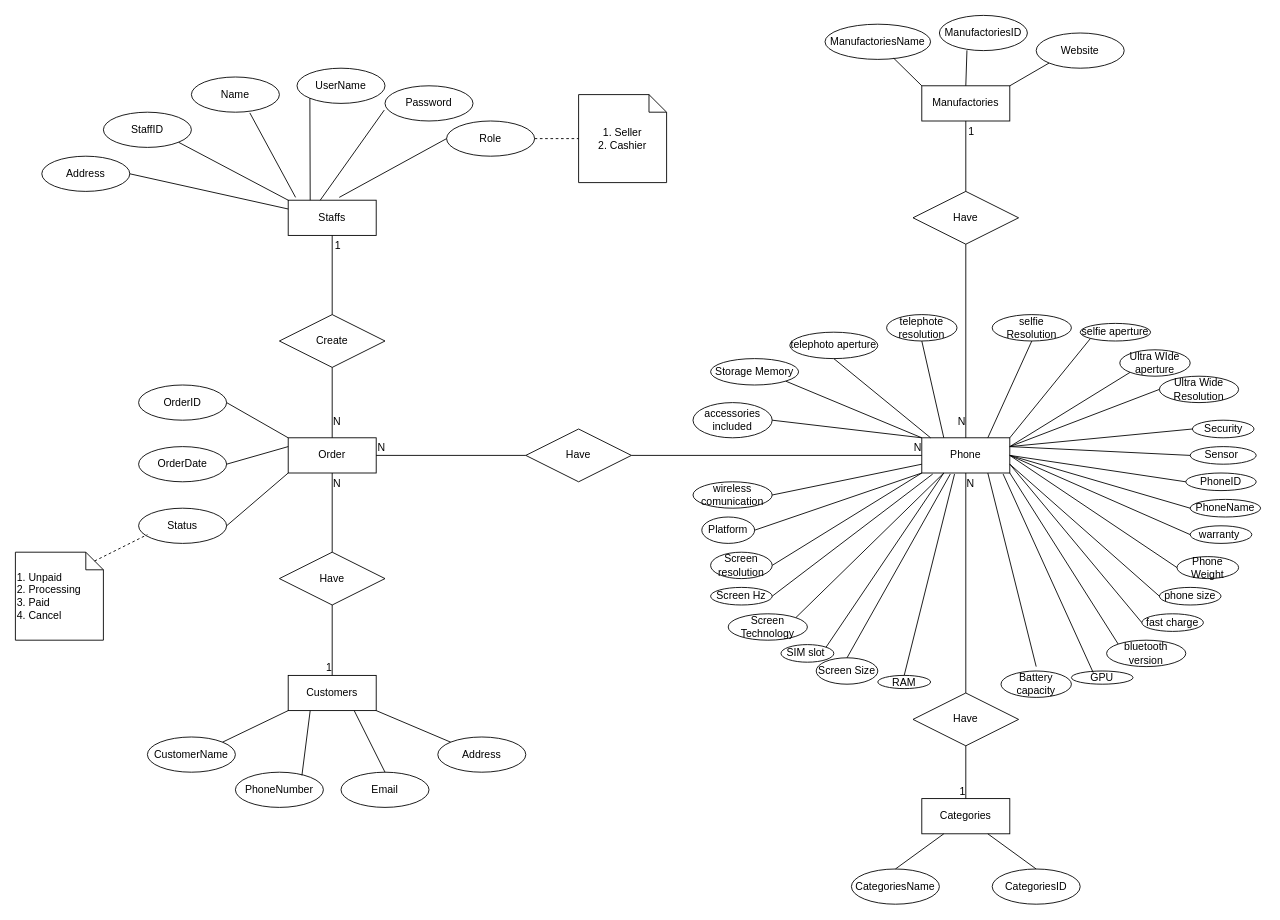
This is page "ERD Concept" (4 of 5) of Phonestore.drawio from anhdat2001d/Project-1, a draw.io file, before an edit. Source tidied: cells renumbered, new cells numbered last; positions are measured from the earlier drawing's top-left corner, leaving out a move shared by most shapes. Both pictures are drawn from the tidied source at 88%, with x=0, y=0 at pixel (15, 15).
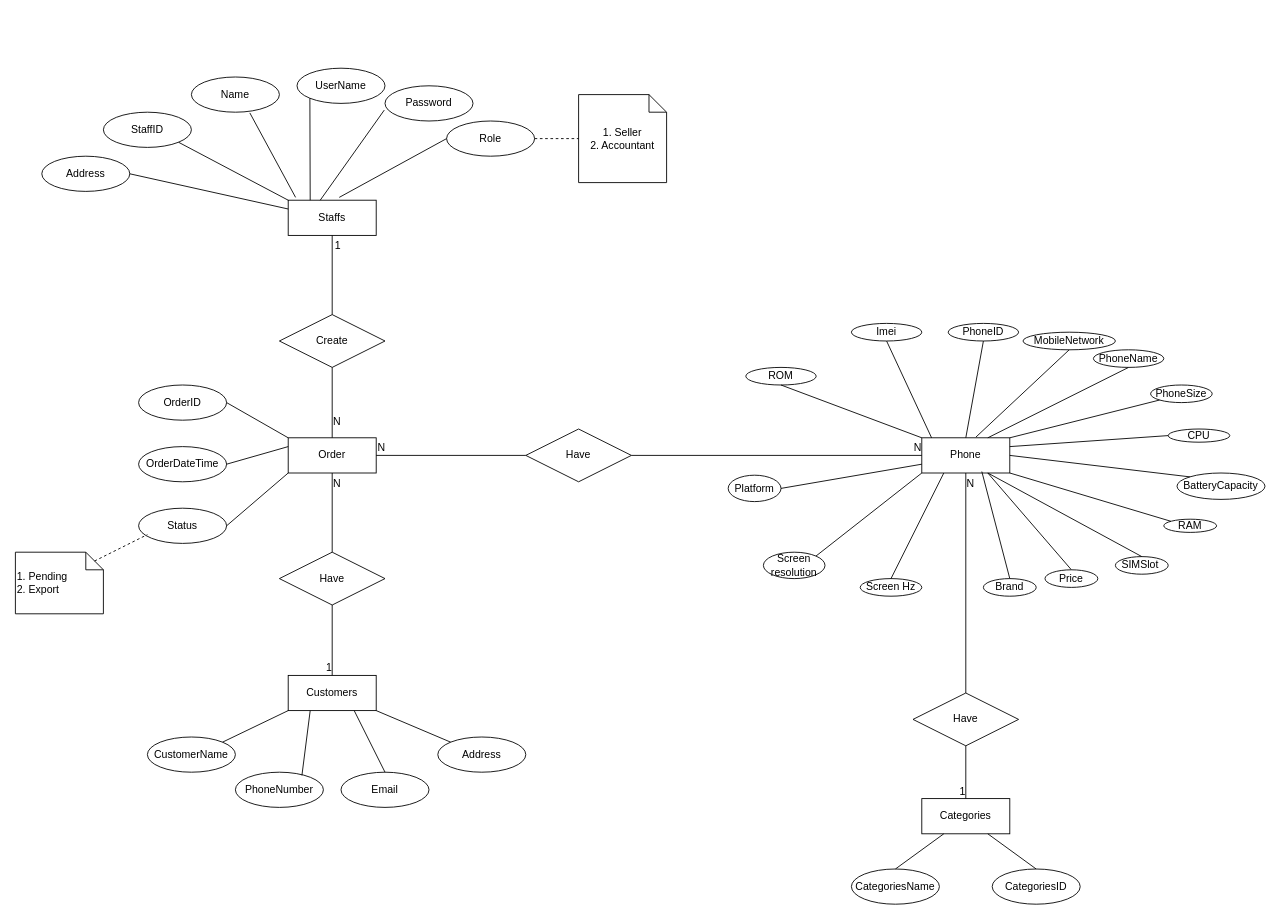
Above is the later version.

The change refers to these unchanged cells:
```xml
<mxCell id="4" value="Phone" style="whiteSpace=wrap;html=1;align=center;" parent="1" vertex="1">
  <mxGeometry x="1030" y="480" width="100" height="40" as="geometry" />
</mxCell>
```

Change to the diagram source:
```diff
@@
+    <mxCell id="128" style="edgeStyle=none;html=1;exitX=0.126;exitY=0.079;exitDx=0;exitDy=0;entryX=0.5;entryY=1;entryDx=0;entryDy=0;endArrow=none;endFill=0;exitPerimeter=0;" parent="1" edge="1" source="4" target="129">
+      <mxGeometry relative="1" as="geometry" />
+    </mxCell>
@@
-    <mxCell id="5" value="Manufactories" style="whiteSpace=wrap;html=1;align=center;" parent="1" vertex="1">
-      <mxGeometry x="1030" y="80" width="100" height="40" as="geometry" />
-    </mxCell>
@@
-    <mxCell id="18" value="1. Seller&lt;br&gt;2. Cashier" style="shape=note;size=20;whiteSpace=wrap;html=1;" parent="1" vertex="1">
+    <mxCell id="18" value="1. Seller&lt;br&gt;2. Accountant" style="shape=note;size=20;whiteSpace=wrap;html=1;" parent="1" vertex="1">
       <mxGeometry x="640" y="90" width="100" height="100" as="geometry" />
     </mxCell>
@@
-    <mxCell id="21" value="ManufactoriesName" style="ellipse;whiteSpace=wrap;html=1;align=center;" parent="1" vertex="1">
-      <mxGeometry x="920" y="10" width="120" height="40" as="geometry" />
-    </mxCell>
-    <mxCell id="22" value="ManufactoriesID" style="ellipse;whiteSpace=wrap;html=1;align=center;" parent="1" vertex="1">
-      <mxGeometry x="1050" width="100" height="40" as="geometry" />
-    </mxCell>
-    <mxCell id="23" value="Website" style="ellipse;whiteSpace=wrap;html=1;align=center;" parent="1" vertex="1">
-      <mxGeometry x="1160" y="20" width="100" height="40" as="geometry" />
-    </mxCell>
     <mxCell id="24" value="PhoneID" style="ellipse;whiteSpace=wrap;html=1;align=center;" parent="1" vertex="1">
-      <mxGeometry x="1330" y="520" width="80" height="20" as="geometry" />
+      <mxGeometry x="1060" y="350" width="80" height="20" as="geometry" />
     </mxCell>
     <mxCell id="25" value="PhoneName" style="ellipse;whiteSpace=wrap;html=1;align=center;" parent="1" vertex="1">
-      <mxGeometry x="1335" y="550" width="80" height="20" as="geometry" />
+      <mxGeometry x="1225" y="380" width="80" height="20" as="geometry" />
     </mxCell>
-    <mxCell id="26" value="warranty&amp;nbsp;" style="ellipse;whiteSpace=wrap;html=1;align=center;" parent="1" vertex="1">
-      <mxGeometry x="1335" y="580" width="70" height="20" as="geometry" />
-    </mxCell>
-    <mxCell id="27" value="phone size" style="ellipse;whiteSpace=wrap;html=1;align=center;" parent="1" vertex="1">
-      <mxGeometry x="1300" y="650" width="70" height="20" as="geometry" />
+    <mxCell id="27" value="PhoneSize" style="ellipse;whiteSpace=wrap;html=1;align=center;" parent="1" vertex="1">
+      <mxGeometry x="1290" y="420" width="70" height="20" as="geometry" />
     </mxCell>
-    <mxCell id="28" value="Phone Weight" style="ellipse;whiteSpace=wrap;html=1;align=center;" parent="1" vertex="1">
-      <mxGeometry x="1320" y="615" width="70" height="25" as="geometry" />
-    </mxCell>
     <mxCell id="29" value="RAM" style="ellipse;whiteSpace=wrap;html=1;align=center;" parent="1" vertex="1">
-      <mxGeometry x="980" y="750" width="60" height="15" as="geometry" />
+      <mxGeometry x="1305" y="572.5" width="60" height="15" as="geometry" />
     </mxCell>
-    <mxCell id="30" value="Screen Size" style="ellipse;whiteSpace=wrap;html=1;align=center;" parent="1" vertex="1">
-      <mxGeometry x="910" y="730" width="70" height="30" as="geometry" />
-    </mxCell>
-    <mxCell id="31" value="Screen Technology" style="ellipse;whiteSpace=wrap;html=1;align=center;" parent="1" vertex="1">
-      <mxGeometry x="810" y="680" width="90" height="30" as="geometry" />
-    </mxCell>
     <mxCell id="32" value="Screen Hz" style="ellipse;whiteSpace=wrap;html=1;align=center;" parent="1" vertex="1">
-      <mxGeometry x="790" y="650" width="70" height="20" as="geometry" />
+      <mxGeometry x="960" y="640" width="70" height="20" as="geometry" />
     </mxCell>
     <mxCell id="33" value="Screen resolution" style="ellipse;whiteSpace=wrap;html=1;align=center;" parent="1" vertex="1">
-      <mxGeometry x="790" y="610" width="70" height="30" as="geometry" />
+      <mxGeometry x="850" y="610" width="70" height="30" as="geometry" />
     </mxCell>
-    <mxCell id="34" value="Storage Memory" style="ellipse;whiteSpace=wrap;html=1;align=center;" parent="1" vertex="1">
-      <mxGeometry x="790" y="390" width="100" height="30" as="geometry" />
-    </mxCell>
-    <mxCell id="35" value="GPU" style="ellipse;whiteSpace=wrap;html=1;align=center;" parent="1" vertex="1">
-      <mxGeometry x="1200" y="745" width="70" height="15" as="geometry" />
+    <mxCell id="35" value="CPU" style="ellipse;whiteSpace=wrap;html=1;align=center;" parent="1" vertex="1">
+      <mxGeometry x="1310" y="470" width="70" height="15" as="geometry" />
     </mxCell>
-    <mxCell id="36" value="selfie Resolution" style="ellipse;whiteSpace=wrap;html=1;align=center;" parent="1" vertex="1">
-      <mxGeometry x="1110" y="340" width="90" height="30" as="geometry" />
-    </mxCell>
-    <mxCell id="37" value="selfie aperture" style="ellipse;whiteSpace=wrap;html=1;align=center;" parent="1" vertex="1">
-      <mxGeometry x="1210" y="350" width="80" height="20" as="geometry" />
-    </mxCell>
-    <mxCell id="38" value="telephote resolution" style="ellipse;whiteSpace=wrap;html=1;align=center;" parent="1" vertex="1">
-      <mxGeometry x="990" y="340" width="80" height="30" as="geometry" />
-    </mxCell>
-    <mxCell id="39" value="telephoto aperture" style="ellipse;whiteSpace=wrap;html=1;align=center;" parent="1" vertex="1">
-      <mxGeometry x="880" y="360" width="100" height="30" as="geometry" />
-    </mxCell>
-    <mxCell id="40" value="Ultra Wide Resolution" style="ellipse;whiteSpace=wrap;html=1;align=center;" parent="1" vertex="1">
-      <mxGeometry x="1300" y="410" width="90" height="30" as="geometry" />
-    </mxCell>
-    <mxCell id="41" value="Ultra WIde aperture" style="ellipse;whiteSpace=wrap;html=1;align=center;" parent="1" vertex="1">
-      <mxGeometry x="1255" y="380" width="80" height="30" as="geometry" />
-    </mxCell>
-    <mxCell id="42" value="Sensor&amp;nbsp;" style="ellipse;whiteSpace=wrap;html=1;align=center;" parent="1" vertex="1">
-      <mxGeometry x="1335" y="490" width="75" height="20" as="geometry" />
-    </mxCell>
-    <mxCell id="43" value="Security" style="ellipse;whiteSpace=wrap;html=1;align=center;" parent="1" vertex="1">
-      <mxGeometry x="1337.5" y="460" width="70" height="20" as="geometry" />
-    </mxCell>
-    <mxCell id="44" value="SIM slot&amp;nbsp;" style="ellipse;whiteSpace=wrap;html=1;align=center;" parent="1" vertex="1">
-      <mxGeometry x="870" y="715" width="60" height="20" as="geometry" />
+    <mxCell id="44" value="SIMSlot&amp;nbsp;" style="ellipse;whiteSpace=wrap;html=1;align=center;" parent="1" vertex="1">
+      <mxGeometry x="1250" y="615" width="60" height="20" as="geometry" />
     </mxCell>
-    <mxCell id="45" value="bluetooth version" style="ellipse;whiteSpace=wrap;html=1;align=center;" parent="1" vertex="1">
-      <mxGeometry x="1240" y="710" width="90" height="30" as="geometry" />
-    </mxCell>
-    <mxCell id="46" value="wireless comunication" style="ellipse;whiteSpace=wrap;html=1;align=center;" parent="1" vertex="1">
-      <mxGeometry x="770" y="530" width="90" height="30" as="geometry" />
-    </mxCell>
-    <mxCell id="47" value="Battery capacity" style="ellipse;whiteSpace=wrap;html=1;align=center;" parent="1" vertex="1">
-      <mxGeometry x="1120" y="745" width="80" height="30" as="geometry" />
+    <mxCell id="47" value="BatteryCapacity" style="ellipse;whiteSpace=wrap;html=1;align=center;" parent="1" vertex="1">
+      <mxGeometry x="1320" y="520" width="100" height="30" as="geometry" />
     </mxCell>
-    <mxCell id="48" value="fast charge" style="ellipse;whiteSpace=wrap;html=1;align=center;" parent="1" vertex="1">
-      <mxGeometry x="1280" y="680" width="70" height="20" as="geometry" />
-    </mxCell>
     <mxCell id="49" value="Platform" style="ellipse;whiteSpace=wrap;html=1;align=center;" parent="1" vertex="1">
-      <mxGeometry x="780" y="570" width="60" height="30" as="geometry" />
+      <mxGeometry x="810" y="522.5" width="60" height="30" as="geometry" />
     </mxCell>
-    <mxCell id="50" value="accessories included" style="ellipse;whiteSpace=wrap;html=1;align=center;" parent="1" vertex="1">
-      <mxGeometry x="770" y="440" width="90" height="40" as="geometry" />
-    </mxCell>
@@
-    <mxCell id="52" value="OrderDate" style="ellipse;whiteSpace=wrap;html=1;align=center;" parent="1" vertex="1">
+    <mxCell id="52" value="OrderDateTime" style="ellipse;whiteSpace=wrap;html=1;align=center;" parent="1" vertex="1">
       <mxGeometry x="140" y="490" width="100" height="40" as="geometry" />
     </mxCell>
@@
-    <mxCell id="54" value="1. Unpaid&lt;br&gt;2. Processing&lt;br&gt;3. Paid&lt;br&gt;4. Cancel" style="shape=note;size=20;whiteSpace=wrap;html=1;align=left;" parent="1" vertex="1">
-      <mxGeometry y="610" width="100" height="100" as="geometry" />
+    <mxCell id="54" value="1. Pending&lt;br&gt;2. Export" style="shape=note;size=20;whiteSpace=wrap;html=1;align=left;" parent="1" vertex="1">
+      <mxGeometry y="610" width="100" height="70" as="geometry" />
     </mxCell>
@@
-    <mxCell id="58" value="Have" style="shape=rhombus;perimeter=rhombusPerimeter;whiteSpace=wrap;html=1;align=center;" parent="1" vertex="1">
-      <mxGeometry x="1020" y="200" width="120" height="60" as="geometry" />
-    </mxCell>
@@
-    <mxCell id="77" style="endArrow=none;html=1;rounded=0;entryX=0.5;entryY=1;entryDx=0;entryDy=0;exitX=0.5;exitY=0;exitDx=0;exitDy=0;" parent="1" edge="1" source="58" target="5">
-      <mxGeometry relative="1" as="geometry" />
-    </mxCell>
-    <mxCell id="78" value="1" style="html=1;align=right;verticalAlign=bottom;" parent="77" vertex="1">
-      <mxGeometry x="1" relative="1" as="geometry">
-        <mxPoint x="10" y="20" as="offset" />
-      </mxGeometry>
-    </mxCell>
-    <mxCell id="79" style="endArrow=none;html=1;rounded=0;entryX=0.5;entryY=0;entryDx=0;entryDy=0;exitX=0.5;exitY=1;exitDx=0;exitDy=0;" parent="1" edge="1" source="58" target="4">
-      <mxGeometry relative="1" as="geometry" />
-    </mxCell>
-    <mxCell id="80" value="N" style="html=1;align=right;verticalAlign=bottom;" parent="79" vertex="1">
-      <mxGeometry x="1" relative="1" as="geometry">
-        <mxPoint y="-10" as="offset" />
-      </mxGeometry>
-    </mxCell>
@@
-    <mxCell id="98" style="endArrow=none;html=1;rounded=0;entryX=1;entryY=1;entryDx=0;entryDy=0;exitX=0;exitY=0;exitDx=0;exitDy=0;" parent="1" edge="1" source="4" target="34">
-      <mxGeometry relative="1" as="geometry" />
-    </mxCell>
-    <mxCell id="99" style="endArrow=none;html=1;rounded=0;entryX=0.5;entryY=1;entryDx=0;entryDy=0;" parent="1" edge="1" target="39">
-      <mxGeometry relative="1" as="geometry">
-        <mxPoint x="1040" y="480" as="sourcePoint" />
-      </mxGeometry>
-    </mxCell>
-    <mxCell id="100" style="endArrow=none;html=1;rounded=0;entryX=1;entryY=0.5;entryDx=0;entryDy=0;" parent="1" edge="1" target="50">
-      <mxGeometry relative="1" as="geometry">
-        <mxPoint x="1030" y="480" as="sourcePoint" />
-      </mxGeometry>
-    </mxCell>
-    <mxCell id="101" style="endArrow=none;html=1;rounded=0;exitX=1;exitY=0.5;exitDx=0;exitDy=0;entryX=0;entryY=0.75;entryDx=0;entryDy=0;" parent="1" edge="1" source="46" target="4">
-      <mxGeometry relative="1" as="geometry" />
-    </mxCell>
-    <mxCell id="102" style="endArrow=none;html=1;rounded=0;exitX=1;exitY=0.5;exitDx=0;exitDy=0;" parent="1" edge="1" source="49">
-      <mxGeometry relative="1" as="geometry">
-        <mxPoint x="1030" y="520" as="targetPoint" />
-      </mxGeometry>
+    <mxCell id="102" style="endArrow=none;html=1;rounded=0;exitX=1;exitY=0.5;exitDx=0;exitDy=0;entryX=0;entryY=0.75;entryDx=0;entryDy=0;" parent="1" edge="1" source="49" target="4">
+      <mxGeometry relative="1" as="geometry" />
     </mxCell>
-    <mxCell id="103" style="endArrow=none;html=1;rounded=0;exitX=1;exitY=0.5;exitDx=0;exitDy=0;entryX=0;entryY=1;entryDx=0;entryDy=0;" parent="1" edge="1" source="33" target="4">
+    <mxCell id="103" style="endArrow=none;html=1;rounded=0;exitX=1;exitY=0;exitDx=0;exitDy=0;entryX=0;entryY=1;entryDx=0;entryDy=0;" parent="1" edge="1" source="33" target="4">
       <mxGeometry relative="1" as="geometry" />
     </mxCell>
-    <mxCell id="104" style="endArrow=none;html=1;rounded=0;exitX=1;exitY=0.5;exitDx=0;exitDy=0;entryX=0.124;entryY=1.03;entryDx=0;entryDy=0;entryPerimeter=0;" parent="1" edge="1" source="32" target="4">
+    <mxCell id="104" style="endArrow=none;html=1;rounded=0;exitX=0.5;exitY=0;exitDx=0;exitDy=0;entryX=0.25;entryY=1;entryDx=0;entryDy=0;" parent="1" edge="1" source="32" target="4">
       <mxGeometry relative="1" as="geometry" />
     </mxCell>
-    <mxCell id="105" style="endArrow=none;html=1;rounded=0;exitX=1;exitY=0;exitDx=0;exitDy=0;entryX=0.25;entryY=1;entryDx=0;entryDy=0;" parent="1" edge="1" source="31" target="4">
-      <mxGeometry relative="1" as="geometry" />
-    </mxCell>
-    <mxCell id="106" style="endArrow=none;html=1;rounded=0;exitX=1;exitY=0;exitDx=0;exitDy=0;entryX=0.25;entryY=1;entryDx=0;entryDy=0;" parent="1" edge="1" source="44" target="4">
+    <mxCell id="106" style="endArrow=none;html=1;rounded=0;entryX=0.75;entryY=1;entryDx=0;entryDy=0;exitX=0.5;exitY=0;exitDx=0;exitDy=0;" parent="1" edge="1" source="44" target="4">
       <mxGeometry relative="1" as="geometry" />
     </mxCell>
-    <mxCell id="107" style="endArrow=none;html=1;rounded=0;exitX=0.5;exitY=0;exitDx=0;exitDy=0;entryX=0.324;entryY=1.03;entryDx=0;entryDy=0;entryPerimeter=0;" parent="1" edge="1" source="30" target="4">
-      <mxGeometry relative="1" as="geometry" />
-    </mxCell>
-    <mxCell id="108" style="endArrow=none;html=1;rounded=0;exitX=0.5;exitY=0;exitDx=0;exitDy=0;entryX=0.372;entryY=1.03;entryDx=0;entryDy=0;entryPerimeter=0;" parent="1" edge="1" source="29" target="4">
+    <mxCell id="108" style="endArrow=none;html=1;rounded=0;exitX=0;exitY=0;exitDx=0;exitDy=0;entryX=1;entryY=1;entryDx=0;entryDy=0;" parent="1" edge="1" source="29" target="4">
       <mxGeometry relative="1" as="geometry" />
     </mxCell>
-    <mxCell id="109" style="endArrow=none;html=1;rounded=0;entryX=0.75;entryY=1;entryDx=0;entryDy=0;" parent="1" edge="1" target="4">
-      <mxGeometry relative="1" as="geometry">
-        <mxPoint x="1160" y="740" as="sourcePoint" />
-      </mxGeometry>
+    <mxCell id="109" style="endArrow=none;html=1;rounded=0;entryX=1;entryY=0.5;entryDx=0;entryDy=0;exitX=0;exitY=0;exitDx=0;exitDy=0;" parent="1" edge="1" source="47" target="4">
+      <mxGeometry relative="1" as="geometry" />
     </mxCell>
-    <mxCell id="110" style="endArrow=none;html=1;rounded=0;exitX=0.354;exitY=0.12;exitDx=0;exitDy=0;exitPerimeter=0;entryX=0.924;entryY=1.03;entryDx=0;entryDy=0;entryPerimeter=0;" parent="1" edge="1" source="35" target="4">
+    <mxCell id="110" style="endArrow=none;html=1;rounded=0;exitX=0;exitY=0.5;exitDx=0;exitDy=0;entryX=1;entryY=0.25;entryDx=0;entryDy=0;" parent="1" edge="1" source="35" target="4">
       <mxGeometry relative="1" as="geometry" />
     </mxCell>
-    <mxCell id="111" style="endArrow=none;html=1;rounded=0;exitX=0;exitY=0;exitDx=0;exitDy=0;entryX=1;entryY=1;entryDx=0;entryDy=0;" parent="1" edge="1" source="45" target="4">
-      <mxGeometry relative="1" as="geometry" />
-    </mxCell>
-    <mxCell id="112" style="endArrow=none;html=1;rounded=0;exitX=0;exitY=0.5;exitDx=0;exitDy=0;entryX=1;entryY=0.75;entryDx=0;entryDy=0;" parent="1" edge="1" source="48" target="4">
-      <mxGeometry relative="1" as="geometry" />
-    </mxCell>
-    <mxCell id="113" style="endArrow=none;html=1;rounded=0;exitX=0;exitY=0.5;exitDx=0;exitDy=0;" parent="1" edge="1" source="27">
-      <mxGeometry relative="1" as="geometry">
-        <mxPoint x="1130" y="510" as="targetPoint" />
-      </mxGeometry>
+    <mxCell id="113" style="endArrow=none;html=1;rounded=0;exitX=0;exitY=1;exitDx=0;exitDy=0;entryX=1;entryY=0;entryDx=0;entryDy=0;" parent="1" edge="1" source="27" target="4">
+      <mxGeometry relative="1" as="geometry" />
     </mxCell>
-    <mxCell id="114" style="endArrow=none;html=1;rounded=0;exitX=0;exitY=0.5;exitDx=0;exitDy=0;" parent="1" edge="1" source="28">
-      <mxGeometry relative="1" as="geometry">
-        <mxPoint x="1130" y="500" as="targetPoint" />
-      </mxGeometry>
-    </mxCell>
-    <mxCell id="115" style="endArrow=none;html=1;rounded=0;exitX=0;exitY=0.5;exitDx=0;exitDy=0;" parent="1" edge="1" source="26">
-      <mxGeometry relative="1" as="geometry">
-        <mxPoint x="1130" y="500" as="targetPoint" />
-      </mxGeometry>
-    </mxCell>
-    <mxCell id="116" style="endArrow=none;html=1;rounded=0;exitX=0;exitY=0.5;exitDx=0;exitDy=0;entryX=1;entryY=0.5;entryDx=0;entryDy=0;" parent="1" edge="1" source="25" target="4">
+    <mxCell id="116" style="endArrow=none;html=1;rounded=0;exitX=0.5;exitY=1;exitDx=0;exitDy=0;entryX=0.75;entryY=0;entryDx=0;entryDy=0;" parent="1" edge="1" source="25" target="4">
       <mxGeometry relative="1" as="geometry" />
     </mxCell>
-    <mxCell id="117" style="endArrow=none;html=1;rounded=0;exitX=0;exitY=0.5;exitDx=0;exitDy=0;" parent="1" edge="1" source="24">
-      <mxGeometry relative="1" as="geometry">
-        <mxPoint x="1130" y="500" as="targetPoint" />
-      </mxGeometry>
+    <mxCell id="117" style="endArrow=none;html=1;rounded=0;exitX=0.5;exitY=1;exitDx=0;exitDy=0;entryX=0.5;entryY=0;entryDx=0;entryDy=0;" parent="1" edge="1" source="24" target="4">
+      <mxGeometry relative="1" as="geometry" />
     </mxCell>
-    <mxCell id="118" style="endArrow=none;html=1;rounded=0;exitX=0;exitY=0.5;exitDx=0;exitDy=0;entryX=1;entryY=0.25;entryDx=0;entryDy=0;" parent="1" edge="1" source="42" target="4">
-      <mxGeometry relative="1" as="geometry" />
-    </mxCell>
-    <mxCell id="119" style="endArrow=none;html=1;rounded=0;exitX=0;exitY=0.5;exitDx=0;exitDy=0;entryX=1;entryY=0.25;entryDx=0;entryDy=0;" parent="1" edge="1" source="43" target="4">
-      <mxGeometry relative="1" as="geometry" />
-    </mxCell>
-    <mxCell id="120" style="endArrow=none;html=1;rounded=0;exitX=0;exitY=0.5;exitDx=0;exitDy=0;" parent="1" edge="1" source="40">
-      <mxGeometry relative="1" as="geometry">
-        <mxPoint x="1130" y="490" as="targetPoint" />
-      </mxGeometry>
-    </mxCell>
-    <mxCell id="121" style="endArrow=none;html=1;rounded=0;exitX=0;exitY=1;exitDx=0;exitDy=0;" parent="1" edge="1" source="41">
-      <mxGeometry relative="1" as="geometry">
-        <mxPoint x="1130" y="490" as="targetPoint" />
-      </mxGeometry>
-    </mxCell>
-    <mxCell id="122" style="endArrow=none;html=1;rounded=0;exitX=0;exitY=1;exitDx=0;exitDy=0;entryX=1;entryY=0;entryDx=0;entryDy=0;" parent="1" edge="1" source="37" target="4">
-      <mxGeometry relative="1" as="geometry" />
-    </mxCell>
-    <mxCell id="123" style="endArrow=none;html=1;rounded=0;exitX=0.5;exitY=1;exitDx=0;exitDy=0;entryX=0.75;entryY=0;entryDx=0;entryDy=0;" parent="1" edge="1" source="36" target="4">
-      <mxGeometry relative="1" as="geometry" />
-    </mxCell>
-    <mxCell id="124" style="endArrow=none;html=1;rounded=0;exitX=0.25;exitY=0;exitDx=0;exitDy=0;entryX=0.5;entryY=1;entryDx=0;entryDy=0;" parent="1" edge="1" source="4" target="38">
-      <mxGeometry relative="1" as="geometry" />
-    </mxCell>
-    <mxCell id="125" style="endArrow=none;html=1;rounded=0;entryX=0.651;entryY=0.967;entryDx=0;entryDy=0;entryPerimeter=0;exitX=0;exitY=0;exitDx=0;exitDy=0;" parent="1" edge="1" source="5" target="21">
-      <mxGeometry relative="1" as="geometry" />
-    </mxCell>
-    <mxCell id="126" style="endArrow=none;html=1;rounded=0;entryX=0.313;entryY=0.993;entryDx=0;entryDy=0;entryPerimeter=0;exitX=0.5;exitY=0;exitDx=0;exitDy=0;" parent="1" edge="1" source="5" target="22">
-      <mxGeometry relative="1" as="geometry" />
-    </mxCell>
-    <mxCell id="127" style="endArrow=none;html=1;rounded=0;entryX=0;entryY=1;entryDx=0;entryDy=0;exitX=1;exitY=0;exitDx=0;exitDy=0;" parent="1" edge="1" source="5" target="23">
-      <mxGeometry relative="1" as="geometry" />
-    </mxCell>
+    <mxCell id="129" value="Imei" style="ellipse;whiteSpace=wrap;html=1;align=center;" parent="1" vertex="1">
+      <mxGeometry x="950" y="350" width="80" height="20" as="geometry" />
+    </mxCell>
+    <mxCell id="130" value="Brand" style="ellipse;whiteSpace=wrap;html=1;align=center;" parent="1" vertex="1">
+      <mxGeometry x="1100" y="640" width="60" height="20" as="geometry" />
+    </mxCell>
+    <mxCell id="131" style="endArrow=none;html=1;rounded=0;exitX=0.5;exitY=0;exitDx=0;exitDy=0;entryX=0.682;entryY=0.959;entryDx=0;entryDy=0;entryPerimeter=0;" parent="1" edge="1" source="130" target="4">
+      <mxGeometry relative="1" as="geometry" />
+    </mxCell>
+    <mxCell id="132" style="endArrow=none;html=1;rounded=0;entryX=0.75;entryY=1;entryDx=0;entryDy=0;exitX=0.5;exitY=0;exitDx=0;exitDy=0;" parent="1" edge="1" source="133" target="4">
+      <mxGeometry relative="1" as="geometry" />
+    </mxCell>
+    <mxCell id="133" value="Price" style="ellipse;whiteSpace=wrap;html=1;align=center;" parent="1" vertex="1">
+      <mxGeometry x="1170" y="630" width="60" height="20" as="geometry" />
+    </mxCell>
+    <mxCell id="134" value="ROM" style="ellipse;whiteSpace=wrap;html=1;align=center;" parent="1" vertex="1">
+      <mxGeometry x="830" y="400" width="80" height="20" as="geometry" />
+    </mxCell>
+    <mxCell id="135" style="endArrow=none;html=1;rounded=0;exitX=0.5;exitY=1;exitDx=0;exitDy=0;entryX=0;entryY=0;entryDx=0;entryDy=0;" parent="1" edge="1" source="134" target="4">
+      <mxGeometry relative="1" as="geometry" />
+    </mxCell>
+    <mxCell id="136" value="MobileNetwork" style="ellipse;whiteSpace=wrap;html=1;align=center;" parent="1" vertex="1">
+      <mxGeometry x="1145" y="360" width="105" height="20" as="geometry" />
+    </mxCell>
+    <mxCell id="137" style="endArrow=none;html=1;rounded=0;exitX=0.5;exitY=1;exitDx=0;exitDy=0;entryX=0.615;entryY=-0.02;entryDx=0;entryDy=0;entryPerimeter=0;" parent="1" edge="1" source="136" target="4">
+      <mxGeometry relative="1" as="geometry" />
+    </mxCell>
```
